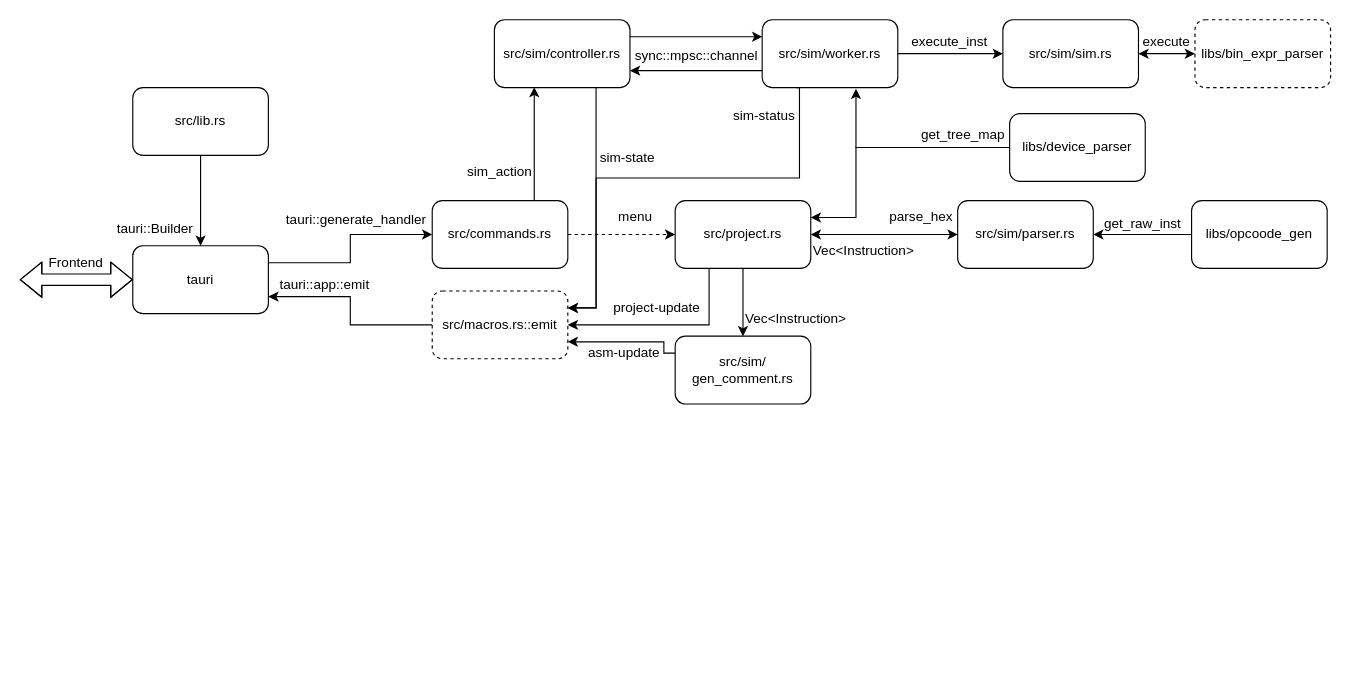
Lazox12/avr-simulator-rs keeps this draw.io diagram as doc/be.drawio. Above is the earlier version. Source tidied: cells renumbered, new cells numbered last; positions are measured from the earlier drawing's top-left corner, leaving out a move shared by most shapes. Both pictures are drawn from the tidied source at 113%, with x=0, y=0 at pixel (19, 19).
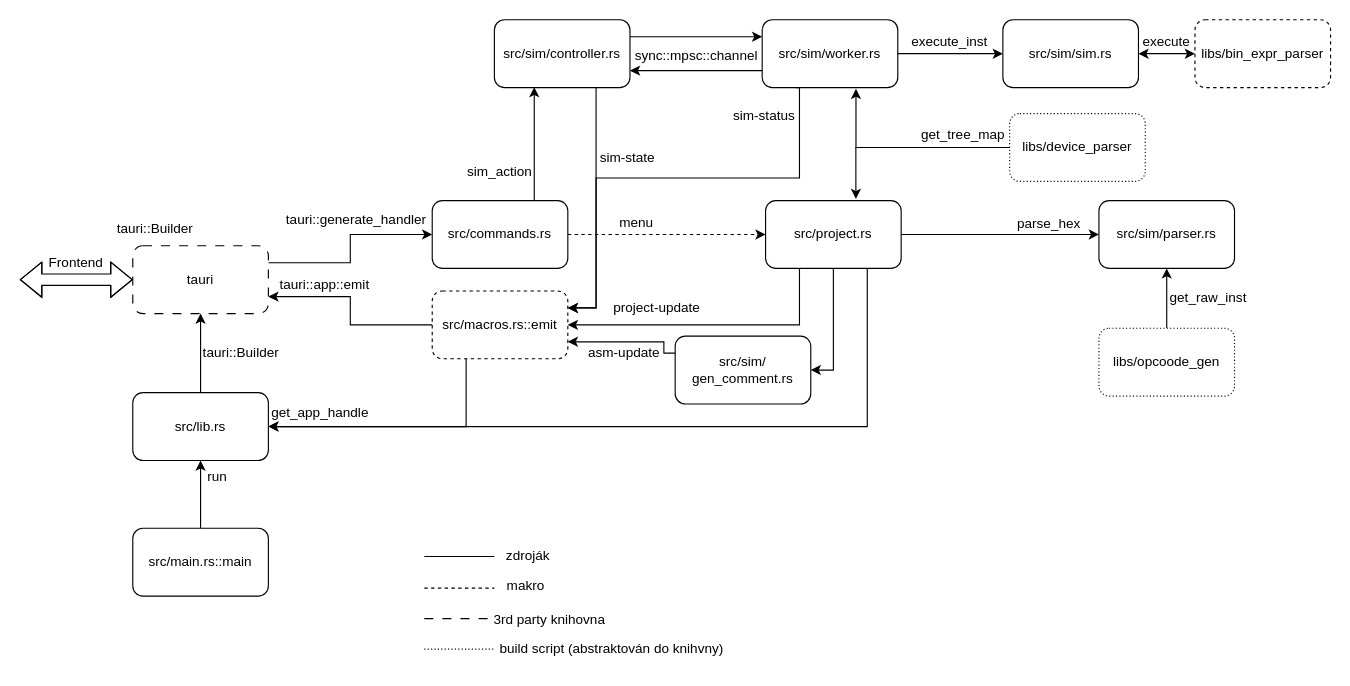
The same page after the edit.

Unchanged cells that the change refers to:
```xml
<mxCell id="14" value="src/macros.rs::emit" style="rounded=1;whiteSpace=wrap;html=1;dashed=1;" parent="1" vertex="1">
  <mxGeometry x="365" y="240" width="120" height="60" as="geometry" />
</mxCell>
<mxCell id="26" value="src/sim/ gen_comment.rs" style="rounded=1;whiteSpace=wrap;html=1;" parent="1" vertex="1">
  <mxGeometry x="580" y="280" width="120" height="60" as="geometry" />
</mxCell>
```

Diff of the diagram source:
```diff
@@
-    <mxCell id="5" value="tauri" style="rounded=1;whiteSpace=wrap;html=1;" parent="1" vertex="1">
+    <mxCell id="5" value="tauri" style="rounded=1;whiteSpace=wrap;html=1;dashed=1;dashPattern=8 8;" parent="1" vertex="1">
       <mxGeometry x="100" y="200" width="120" height="60" as="geometry" />
     </mxCell>
@@
-    <mxCell id="7" style="edgeStyle=orthogonalEdgeStyle;rounded=0;jettySize=auto;html=1;entryX=0.5;entryY=0;entryDx=0;entryDy=0;" parent="1" edge="1" source="8" target="5">
+    <mxCell id="7" style="edgeStyle=orthogonalEdgeStyle;rounded=0;jettySize=auto;html=1;entryX=0.5;entryY=1;entryDx=0;entryDy=0;" parent="1" edge="1" source="8" target="5">
       <mxGeometry relative="1" as="geometry" />
     </mxCell>
     <mxCell id="8" value="src/lib.rs" style="rounded=1;whiteSpace=wrap;html=1;" parent="1" vertex="1">
-      <mxGeometry x="100" y="60" width="120" height="60" as="geometry" />
+      <mxGeometry x="100" y="330" width="120" height="60" as="geometry" />
     </mxCell>
@@
+    <mxCell id="52" style="edgeStyle=orthogonalEdgeStyle;rounded=0;jettySize=auto;html=1;exitX=0.25;exitY=1;exitDx=0;exitDy=0;entryX=1;entryY=0.5;entryDx=0;entryDy=0;" parent="1" edge="1" source="14" target="8">
+      <mxGeometry relative="1" as="geometry" />
+    </mxCell>
@@
-    <mxCell id="17" style="edgeStyle=orthogonalEdgeStyle;rounded=0;jettySize=auto;html=1;entryX=0;entryY=0.5;entryDx=0;entryDy=0;startArrow=classic;startFill=1;" parent="1" edge="1" source="19" target="22">
+    <mxCell id="17" style="edgeStyle=orthogonalEdgeStyle;rounded=0;jettySize=auto;html=1;entryX=0;entryY=0.5;entryDx=0;entryDy=0;startArrow=none;startFill=0;" parent="1" edge="1" source="19" target="22">
       <mxGeometry relative="1" as="geometry" />
     </mxCell>
-    <mxCell id="18" style="edgeStyle=orthogonalEdgeStyle;rounded=0;jettySize=auto;html=1;exitX=0.5;exitY=1;exitDx=0;exitDy=0;entryX=0.5;entryY=0;entryDx=0;entryDy=0;" parent="1" edge="1" source="19" target="26">
+    <mxCell id="18" style="edgeStyle=orthogonalEdgeStyle;rounded=0;jettySize=auto;html=1;exitX=0.5;exitY=1;exitDx=0;exitDy=0;entryX=1;entryY=0.5;entryDx=0;entryDy=0;" parent="1" edge="1" source="19" target="26">
       <mxGeometry relative="1" as="geometry" />
     </mxCell>
+    <mxCell id="53" style="edgeStyle=orthogonalEdgeStyle;rounded=0;jettySize=auto;html=1;exitX=0.75;exitY=1;exitDx=0;exitDy=0;entryX=1;entryY=0.5;entryDx=0;entryDy=0;" parent="1" edge="1" source="19" target="8">
+      <mxGeometry relative="1" as="geometry" />
+    </mxCell>
     <mxCell id="19" value="src/project.rs" style="rounded=1;whiteSpace=wrap;html=1;" parent="1" vertex="1">
-      <mxGeometry x="580" y="160" width="120" height="60" as="geometry" />
+      <mxGeometry x="660" y="160" width="120" height="60" as="geometry" />
     </mxCell>
     <mxCell id="20" value="menu" style="text;html=1;whiteSpace=wrap;strokeColor=none;fillColor=none;align=center;verticalAlign=middle;rounded=0;" parent="1" vertex="1">
-      <mxGeometry x="515" y="160" width="60" height="30" as="geometry" />
+      <mxGeometry x="516" y="165" width="60" height="30" as="geometry" />
     </mxCell>
@@
     <mxCell id="22" value="src/sim/parser.rs" style="rounded=1;whiteSpace=wrap;html=1;" parent="1" vertex="1">
-      <mxGeometry x="830" y="160" width="120" height="60" as="geometry" />
+      <mxGeometry x="955" y="160" width="120" height="60" as="geometry" />
     </mxCell>
     <mxCell id="23" value="parse_hex" style="text;html=1;whiteSpace=wrap;strokeColor=none;fillColor=none;align=center;verticalAlign=middle;rounded=0;" parent="1" vertex="1">
-      <mxGeometry x="768" y="160" width="60" height="30" as="geometry" />
+      <mxGeometry x="881" y="166" width="60" height="30" as="geometry" />
     </mxCell>
-    <mxCell id="24" value="Vec&amp;lt;Instruction&amp;gt;" style="text;html=1;whiteSpace=wrap;strokeColor=none;fillColor=none;align=center;verticalAlign=middle;rounded=0;" parent="1" vertex="1">
-      <mxGeometry x="717" y="190" width="60" height="30" as="geometry" />
-    </mxCell>
@@
-    <mxCell id="28" value="Vec&amp;lt;Instruction&amp;gt;" style="text;html=1;whiteSpace=wrap;strokeColor=none;fillColor=none;align=center;verticalAlign=middle;rounded=0;" parent="1" vertex="1">
-      <mxGeometry x="657" y="250" width="60" height="30" as="geometry" />
-    </mxCell>
@@
-    <mxCell id="44" style="edgeStyle=orthogonalEdgeStyle;rounded=0;jettySize=auto;html=1;entryX=1;entryY=0.5;entryDx=0;entryDy=0;startArrow=none;startFill=0;endArrow=classic;endFill=1;" parent="1" edge="1" source="45" target="22">
+    <mxCell id="44" style="edgeStyle=orthogonalEdgeStyle;rounded=0;jettySize=auto;html=1;exitX=0.5;exitY=0;exitDx=0;exitDy=0;entryX=0.5;entryY=1;entryDx=0;entryDy=0;" parent="1" edge="1" source="45" target="22">
       <mxGeometry relative="1" as="geometry" />
     </mxCell>
-    <mxCell id="45" value="libs/opcoode_gen" style="rounded=1;whiteSpace=wrap;html=1;" parent="1" vertex="1">
-      <mxGeometry x="1037" y="160" width="120" height="60" as="geometry" />
+    <mxCell id="45" value="libs/opcoode_gen" style="rounded=1;whiteSpace=wrap;html=1;dashed=1;dashPattern=1 2;" parent="1" vertex="1">
+      <mxGeometry x="955" y="273" width="120" height="60" as="geometry" />
     </mxCell>
@@
-    <mxCell id="47" style="edgeStyle=orthogonalEdgeStyle;rounded=0;jettySize=auto;html=1;entryX=1;entryY=0.25;entryDx=0;entryDy=0;" parent="1" edge="1" source="48" target="19">
-      <mxGeometry relative="1" as="geometry">
-        <Array as="points">
-          <mxPoint x="740" y="113" />
-          <mxPoint x="740" y="175" />
-        </Array>
-      </mxGeometry>
-    </mxCell>
-    <mxCell id="48" value="libs/device_parser" style="rounded=1;whiteSpace=wrap;html=1;" parent="1" vertex="1">
+    <mxCell id="48" value="libs/device_parser" style="rounded=1;whiteSpace=wrap;html=1;dashed=1;dashPattern=1 2;" parent="1" vertex="1">
       <mxGeometry x="876" y="83" width="120" height="60" as="geometry" />
     </mxCell>
     <mxCell id="49" value="get_raw_inst" style="text;html=1;whiteSpace=wrap;strokeColor=none;fillColor=none;align=center;verticalAlign=middle;rounded=0;" parent="1" vertex="1">
-      <mxGeometry x="964" y="166" width="60" height="30" as="geometry" />
+      <mxGeometry x="1022" y="231" width="60" height="30" as="geometry" />
     </mxCell>
@@
+    <mxCell id="54" value="tauri::Builder" style="text;html=1;whiteSpace=wrap;strokeColor=none;fillColor=none;align=center;verticalAlign=middle;rounded=0;" parent="1" vertex="1">
+      <mxGeometry x="166" y="280" width="60" height="30" as="geometry" />
+    </mxCell>
+    <mxCell id="55" style="edgeStyle=orthogonalEdgeStyle;rounded=0;jettySize=auto;html=1;entryX=0.5;entryY=1;entryDx=0;entryDy=0;" parent="1" edge="1" source="56" target="8">
+      <mxGeometry relative="1" as="geometry" />
+    </mxCell>
+    <mxCell id="56" value="src/main.rs::main" style="rounded=1;whiteSpace=wrap;html=1;" parent="1" vertex="1">
+      <mxGeometry x="100" y="450" width="120" height="60" as="geometry" />
+    </mxCell>
+    <mxCell id="57" value="get_app_handle" style="text;html=1;whiteSpace=wrap;strokeColor=none;fillColor=none;align=center;verticalAlign=middle;rounded=0;" parent="1" vertex="1">
+      <mxGeometry x="236" y="333" width="60" height="30" as="geometry" />
+    </mxCell>
+    <mxCell id="47" style="edgeStyle=orthogonalEdgeStyle;rounded=0;jettySize=auto;html=1;exitX=0;exitY=0.5;exitDx=0;exitDy=0;entryX=0.666;entryY=-0.025;entryDx=0;entryDy=0;entryPerimeter=0;" parent="1" edge="1" source="48" target="19">
+      <mxGeometry relative="1" as="geometry" />
+    </mxCell>
+    <mxCell id="58" value="run" style="text;html=1;whiteSpace=wrap;strokeColor=none;fillColor=none;align=center;verticalAlign=middle;rounded=0;" parent="1" vertex="1">
+      <mxGeometry x="145" y="390" width="60" height="30" as="geometry" />
+    </mxCell>
+    <mxCell id="59" style="endArrow=none;html=1;rounded=0;" parent="1" edge="1">
+      <mxGeometry relative="1" as="geometry">
+        <mxPoint x="358" y="475" as="sourcePoint" />
+        <mxPoint x="420" y="475" as="targetPoint" />
+      </mxGeometry>
+    </mxCell>
+    <mxCell id="60" style="endArrow=none;html=1;rounded=0;dashed=1;" parent="1" edge="1">
+      <mxGeometry relative="1" as="geometry">
+        <mxPoint x="358" y="503" as="sourcePoint" />
+        <mxPoint x="420" y="503" as="targetPoint" />
+      </mxGeometry>
+    </mxCell>
+    <mxCell id="61" style="endArrow=none;html=1;rounded=0;dashed=1;dashPattern=8 8;" parent="1" edge="1">
+      <mxGeometry relative="1" as="geometry">
+        <mxPoint x="358" y="530" as="sourcePoint" />
+        <mxPoint x="420" y="530" as="targetPoint" />
+      </mxGeometry>
+    </mxCell>
+    <mxCell id="62" style="endArrow=none;html=1;rounded=0;dashed=1;dashPattern=1 2;" parent="1" edge="1">
+      <mxGeometry relative="1" as="geometry">
+        <mxPoint x="358" y="557" as="sourcePoint" />
+        <mxPoint x="420" y="557" as="targetPoint" />
+        <Array as="points">
+          <mxPoint x="390" y="557" />
+        </Array>
+      </mxGeometry>
+    </mxCell>
+    <mxCell id="63" value="zdroják" style="text;html=1;whiteSpace=wrap;strokeColor=none;fillColor=none;align=center;verticalAlign=middle;rounded=0;" parent="1" vertex="1">
+      <mxGeometry x="420" y="460" width="60" height="30" as="geometry" />
+    </mxCell>
+    <mxCell id="64" value="makro" style="text;html=1;whiteSpace=wrap;strokeColor=none;fillColor=none;align=center;verticalAlign=middle;rounded=0;" parent="1" vertex="1">
+      <mxGeometry x="418" y="486" width="60" height="30" as="geometry" />
+    </mxCell>
+    <mxCell id="65" value="3rd party knihovna" style="text;html=1;whiteSpace=wrap;strokeColor=none;fillColor=none;align=center;verticalAlign=middle;rounded=0;" parent="1" vertex="1">
+      <mxGeometry x="418" y="516" width="102" height="30" as="geometry" />
+    </mxCell>
+    <mxCell id="66" value="build script (abstraktován do knihvny)" style="text;html=1;whiteSpace=wrap;strokeColor=none;fillColor=none;align=center;verticalAlign=middle;rounded=0;" parent="1" vertex="1">
+      <mxGeometry x="418" y="542" width="212" height="30" as="geometry" />
+    </mxCell>
```
